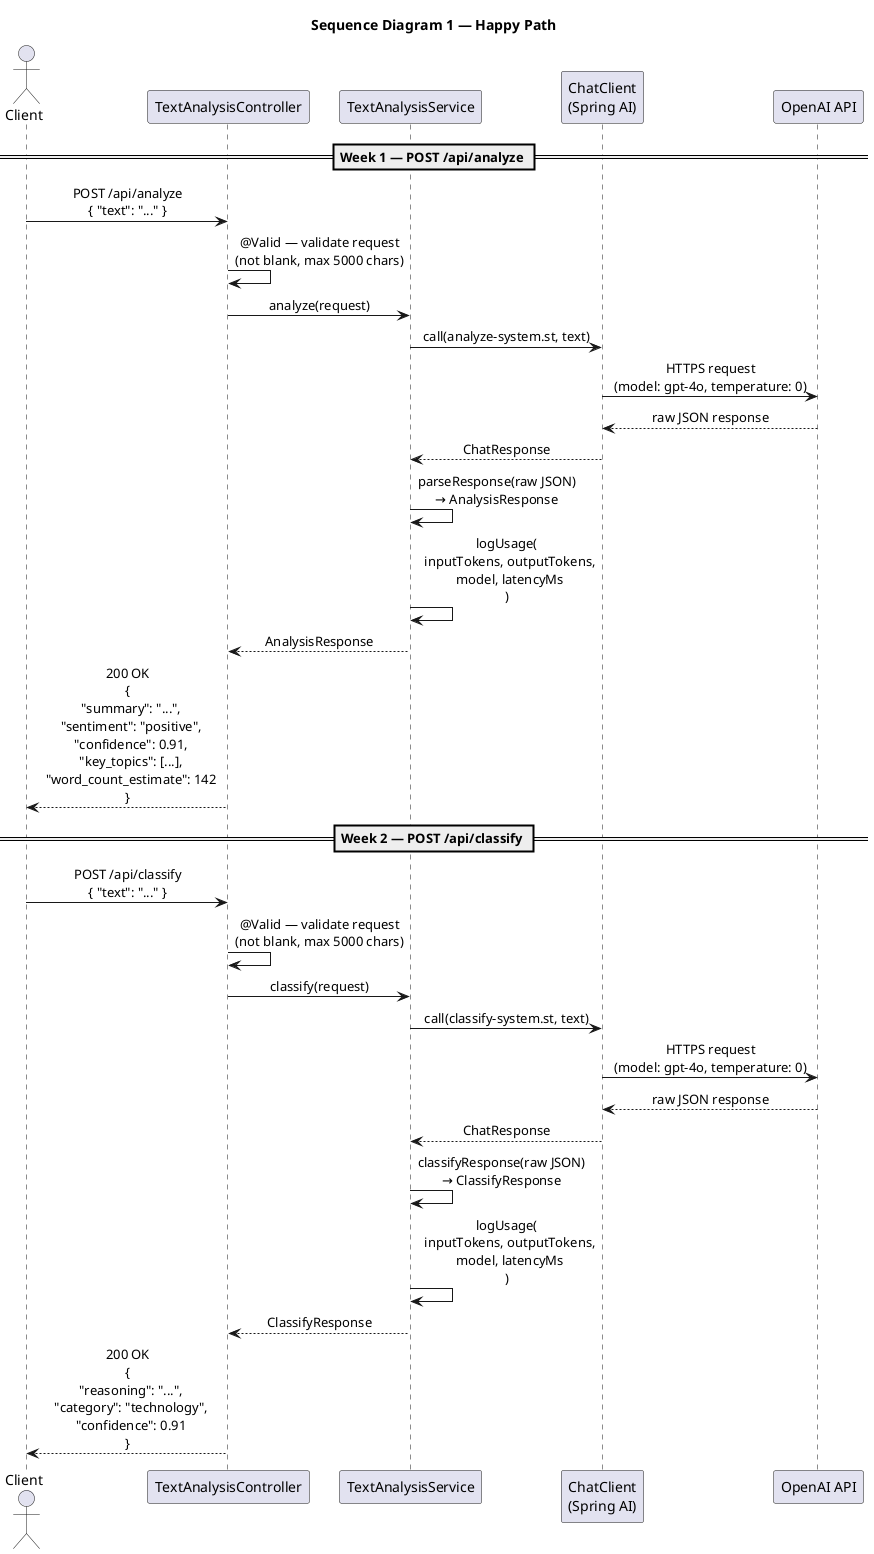
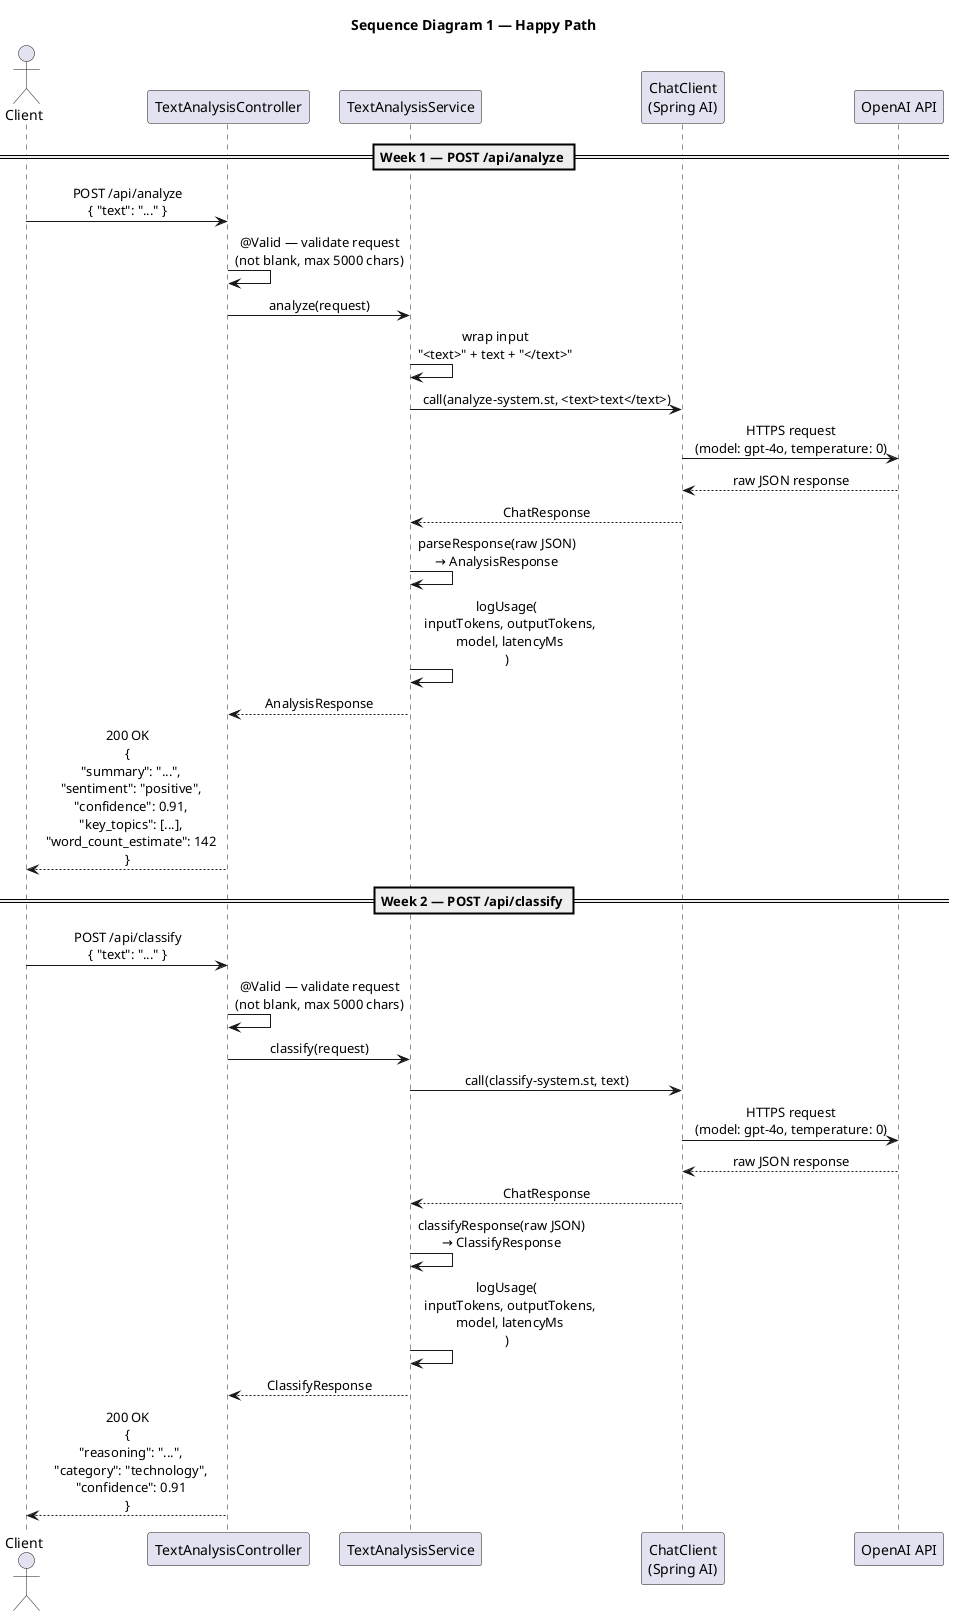
@startuml sequence-happy-path

title Sequence Diagram 1 — Happy Path

skinparam sequenceMessageAlign center
skinparam responseMessageBelowArrow true

actor       Client
participant "TextAnalysisController" as Controller
participant "TextAnalysisService"    as Service
participant "ChatClient\n(Spring AI)" as ChatClient
participant "OpenAI API"             as OpenAI

== Week 1 — POST /api/analyze ==

Client -> Controller : POST /api/analyze\n{ "text": "..." }

Controller -> Controller : @Valid — validate request\n(not blank, max 5000 chars)

Controller -> Service : analyze(request)

- Service -> ChatClient : call(analyze-system.st, text)
+ Service -> Service : wrap input\n"<text>" + text + "</text>"
+ 
+ Service -> ChatClient : call(analyze-system.st, <text>text</text>)

ChatClient -> OpenAI : HTTPS request\n(model: gpt-4o, temperature: 0)

OpenAI --> ChatClient : raw JSON response

ChatClient --> Service : ChatResponse

Service -> Service : parseResponse(raw JSON)\n→ AnalysisResponse

Service -> Service : logUsage(\n  inputTokens, outputTokens,\n  model, latencyMs\n)

Service --> Controller : AnalysisResponse

Controller --> Client : 200 OK\n{\n  "summary": "...",\n  "sentiment": "positive",\n  "confidence": 0.91,\n  "key_topics": [...],\n  "word_count_estimate": 142\n}

== Week 2 — POST /api/classify ==

Client -> Controller : POST /api/classify\n{ "text": "..." }

Controller -> Controller : @Valid — validate request\n(not blank, max 5000 chars)

Controller -> Service : classify(request)

Service -> ChatClient : call(classify-system.st, text)

ChatClient -> OpenAI : HTTPS request\n(model: gpt-4o, temperature: 0)

OpenAI --> ChatClient : raw JSON response

ChatClient --> Service : ChatResponse

Service -> Service : classifyResponse(raw JSON)\n→ ClassifyResponse

Service -> Service : logUsage(\n  inputTokens, outputTokens,\n  model, latencyMs\n)

Service --> Controller : ClassifyResponse

Controller --> Client : 200 OK\n{\n  "reasoning": "...",\n  "category": "technology",\n  "confidence": 0.91\n}

@enduml
